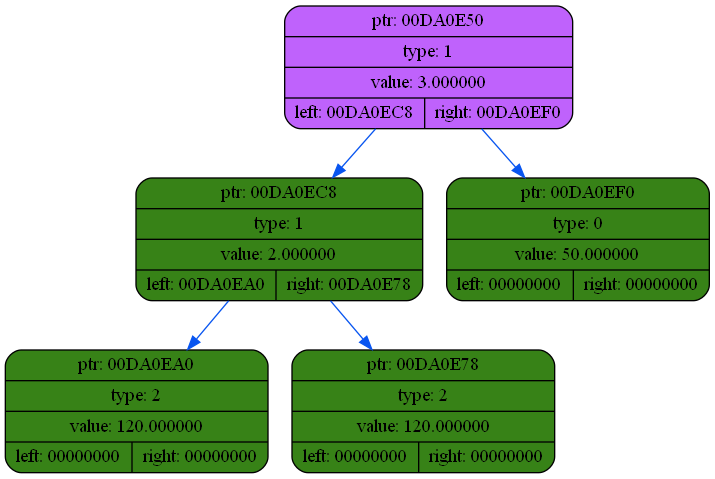
Above: dump/dump2.png in coffee8cat/differentiator (Graphviz), before the change. Its source is kept beside it as dump/dump2.dot.
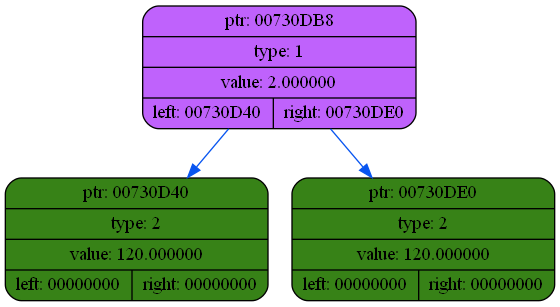
Later version of the same file.

Change to the diagram source:
```diff
@@ -2,13 +2,9 @@
 {
     rankdir=TP
 
-        node00DA0E50[shape=record,style="rounded,filled",fillcolor="#BF62FC",label="{ ptr: 00DA0E50 | type: 1 | value: 3.000000| { left: 00DA0EC8 | right: 00DA0EF0 }}"];
-    node00DA0E50 -> node00DA0EC8[color="#0855F0"]
-    node00DA0EC8[shape=record,style="rounded,filled",fillcolor="#378217",label="{ ptr: 00DA0EC8 | type: 1 | value: 2.000000| { left: 00DA0EA0 | right: 00DA0E78 }}"];
-    node00DA0EC8 -> node00DA0EA0[color="#0855F0"]
-    node00DA0EA0[shape=record,style="rounded,filled",fillcolor="#378217",label="{ ptr: 00DA0EA0 | type: 2 | value: 120.000000| { left: 00000000 | right: 00000000 }}"];
-    node00DA0EC8 -> node00DA0E78[color="#0855F0"]
-    node00DA0E78[shape=record,style="rounded,filled",fillcolor="#378217",label="{ ptr: 00DA0E78 | type: 2 | value: 120.000000| { left: 00000000 | right: 00000000 }}"];
-    node00DA0E50 -> node00DA0EF0[color="#0855F0"]
-    node00DA0EF0[shape=record,style="rounded,filled",fillcolor="#378217",label="{ ptr: 00DA0EF0 | type: 0 | value: 50.000000| { left: 00000000 | right: 00000000 }}"];
+        node00730DB8[shape=record,style="rounded,filled",fillcolor="#BF62FC",label="{ ptr: 00730DB8 | type: 1 | value: 2.000000| { left: 00730D40 | right: 00730DE0 }}"];
+    node00730DB8 -> node00730D40[color="#0855F0"]
+    node00730D40[shape=record,style="rounded,filled",fillcolor="#378217",label="{ ptr: 00730D40 | type: 2 | value: 120.000000| { left: 00000000 | right: 00000000 }}"];
+    node00730DB8 -> node00730DE0[color="#0855F0"]
+    node00730DE0[shape=record,style="rounded,filled",fillcolor="#378217",label="{ ptr: 00730DE0 | type: 2 | value: 120.000000| { left: 00000000 | right: 00000000 }}"];
 }
```
